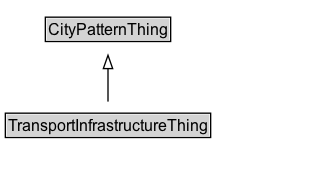
This is docs/diagrams/TransportInfrastructureThing.dot.png from ISO-TC204/ontology-cdm-p2-v1, a Graphviz export, as it was before one commit. Its source is kept beside it as docs/diagrams/TransportInfrastructureThing.dot. Its diagram source:
```dot
digraph {
	graph [overlap=false rankdir=TB splines=true]
	node [fontname=Arial fontsize=12 margin=0 shape=none]
	edge [fontname=Arial fontsize=11]
	{
		rank=max
		TransportInfrastructureThing [label=<<TABLE BORDER="1" CELLBORDER="0" CELLSPACING="0" CELLPADDING="1"><TR><TD BGCOLOR="lightgray" ALIGN="CENTER" PORT="e">TransportInfrastructureThing</TD></TR></TABLE>> URL="../TransportInfrastructureThing.md" margin=0]
	}
	subgraph cluster_associated {
		label="" style=invis
		Invis [label=<<TABLE BORDER="0" CELLBORDER="0" CELLSPACING="0" CELLPADDING="1"><TR><TD></TD></TR></TABLE>> margin=0 style=invis]
	}
	CityPatternThing [label=<<TABLE BORDER="1" CELLBORDER="0" CELLSPACING="0" CELLPADDING="1"><TR><TD BGCOLOR="lightgray" ALIGN="CENTER">CityPatternThing</TD></TR></TABLE>> URL="../CityPatternThing.md" margin=0]
	TransportInfrastructureThing -> CityPatternThing [arrowhead=onormal style=solid]
}
```
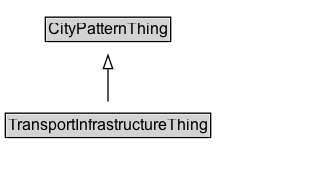
After the commit.

Change to the diagram source:
```diff
@@ -3,13 +3,16 @@
 	node [fontname=Arial fontsize=12 margin=0 shape=none]
 	edge [fontname=Arial fontsize=11]
 	{
+		rank=source
+		CityPatternThing [label=<<TABLE BORDER="1" CELLBORDER="0" CELLSPACING="0" CELLPADDING="1"><TR><TD BGCOLOR="lightgray" ALIGN="CENTER">CityPatternThing</TD></TR></TABLE>> URL="../CityPatternThing" margin=0]
+	}
+	TransportInfrastructureThing [label=<<TABLE BORDER="1" CELLBORDER="0" CELLSPACING="0" CELLPADDING="1"><TR><TD BGCOLOR="lightgray" ALIGN="CENTER">TransportInfrastructureThing</TD></TR></TABLE>> URL="../TransportInfrastructureThing" margin=0]
+	{
 		rank=max
-		TransportInfrastructureThing [label=<<TABLE BORDER="1" CELLBORDER="0" CELLSPACING="0" CELLPADDING="1"><TR><TD BGCOLOR="lightgray" ALIGN="CENTER" PORT="e">TransportInfrastructureThing</TD></TR></TABLE>> URL="../TransportInfrastructureThing.md" margin=0]
 	}
 	subgraph cluster_associated {
 		label="" style=invis
 		Invis [label=<<TABLE BORDER="0" CELLBORDER="0" CELLSPACING="0" CELLPADDING="1"><TR><TD></TD></TR></TABLE>> margin=0 style=invis]
 	}
-	CityPatternThing [label=<<TABLE BORDER="1" CELLBORDER="0" CELLSPACING="0" CELLPADDING="1"><TR><TD BGCOLOR="lightgray" ALIGN="CENTER">CityPatternThing</TD></TR></TABLE>> URL="../CityPatternThing.md" margin=0]
 	TransportInfrastructureThing -> CityPatternThing [arrowhead=onormal style=solid]
 }
```
